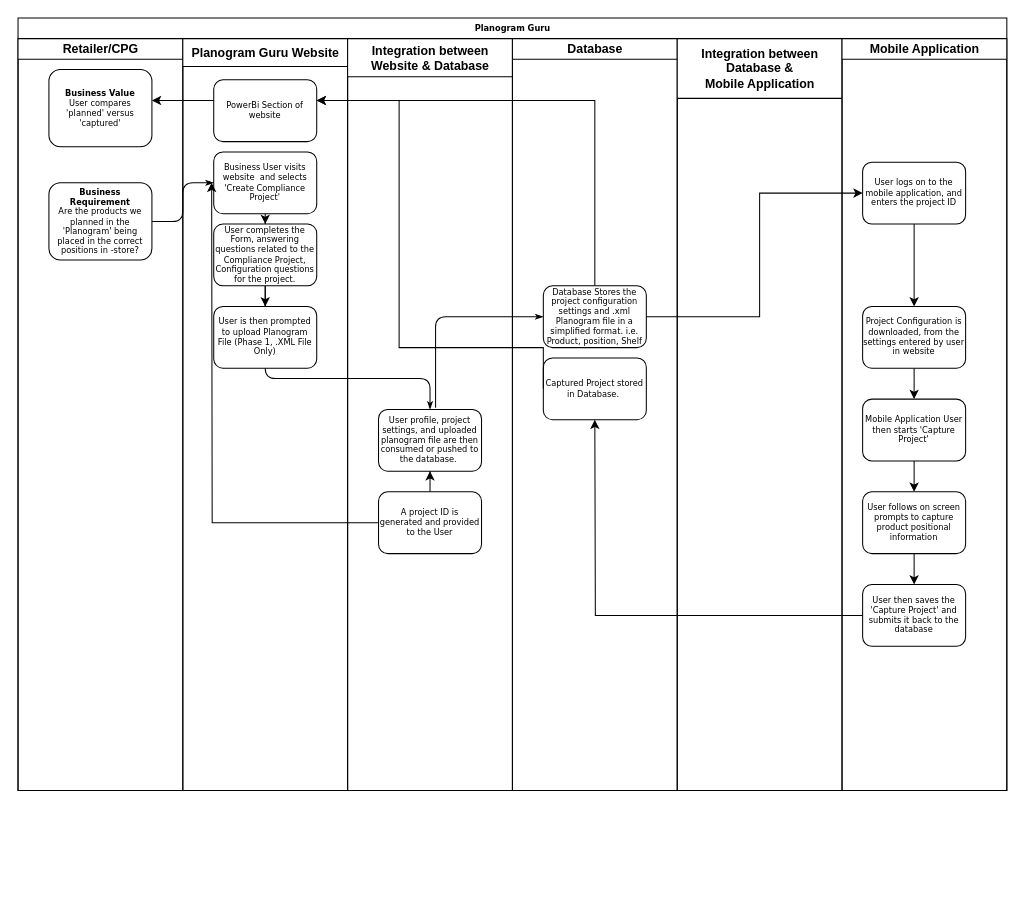
planogramguru/temporary keeps this draw.io diagram as Untitled Diagram.drawio. Above is the earlier version. Source tidied: cells renumbered, new cells numbered last; positions are measured from the earlier drawing's top-left corner, leaving out a move shared by most shapes. Both pictures are drawn from the tidied source at 103%, with x=0, y=0 at pixel (18, 18).
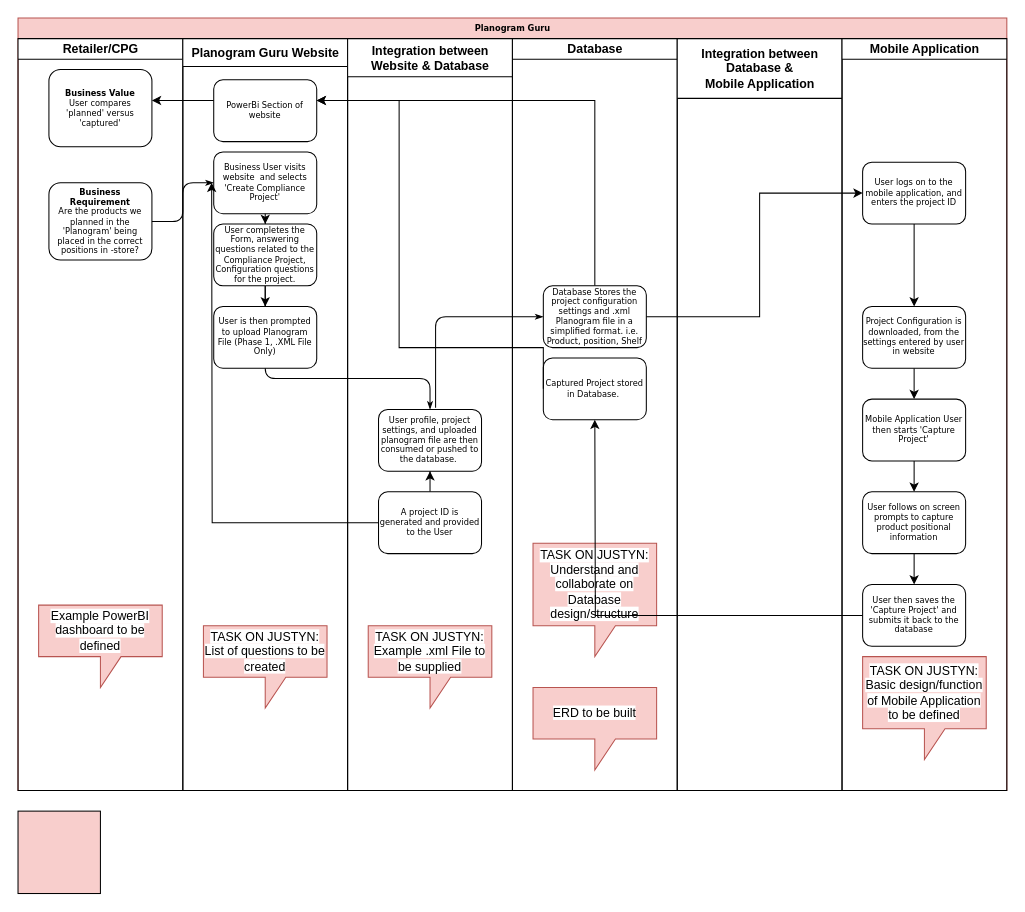
After the change.

The change refers to these unchanged cells:
```xml
<mxCell id="3" value="Retailer/CPG" style="swimlane;html=1;startSize=20;" parent="2" vertex="1">
  <mxGeometry y="20" width="160" height="730" as="geometry" />
</mxCell>
<mxCell id="9" value="Planogram Guru Website" style="swimlane;html=1;startSize=27;" parent="2" vertex="1">
  <mxGeometry x="160" y="20" width="160" height="730" as="geometry" />
</mxCell>
<mxCell id="16" value="Integration between &lt;br&gt;Website &amp;amp; Database" style="swimlane;html=1;startSize=37;" parent="2" vertex="1">
  <mxGeometry x="320" y="20" width="160" height="730" as="geometry" />
</mxCell>
<mxCell id="20" value="Database" style="swimlane;html=1;startSize=20;" parent="2" vertex="1">
  <mxGeometry x="480" y="20" width="160" height="730" as="geometry" />
</mxCell>
<mxCell id="25" value="Mobile Application" style="swimlane;html=1;startSize=20;" parent="2" vertex="1">
  <mxGeometry x="800" y="20" width="160" height="730" as="geometry" />
</mxCell>
```

Diff of the diagram source:
```diff
@@
-    <mxCell id="2" value="Planogram Guru" style="swimlane;html=1;startSize=20;rounded=0;shadow=0;labelBackgroundColor=none;strokeWidth=1;fontFamily=Verdana;fontSize=8;align=center;" parent="1" vertex="1">
+    <mxCell id="2" value="Planogram Guru" style="swimlane;html=1;startSize=20;rounded=0;shadow=0;labelBackgroundColor=none;strokeWidth=1;fontFamily=Verdana;fontSize=8;align=center;fillColor=#F8CECC;strokeColor=#b85450;" parent="1" vertex="1">
       <mxGeometry width="960" height="750" as="geometry" />
     </mxCell>
@@
+    <mxCell id="40" value="&lt;span style=&quot;background-color: rgb(255 , 255 , 255)&quot;&gt;Example PowerBI dashboard to be defined&lt;/span&gt;" style="shape=callout;whiteSpace=wrap;html=1;perimeter=calloutPerimeter;fillColor=#f8cecc;strokeColor=#b85450;" parent="3" vertex="1">
+      <mxGeometry x="20" y="550" width="120" height="80" as="geometry" />
+    </mxCell>
@@
+    <mxCell id="41" value="&lt;span style=&quot;background-color: rgb(255 , 255 , 255)&quot;&gt;TASK ON JUSTYN: List of questions to be created&lt;/span&gt;" style="shape=callout;whiteSpace=wrap;html=1;perimeter=calloutPerimeter;fillColor=#f8cecc;strokeColor=#b85450;" parent="9" vertex="1">
+      <mxGeometry x="20" y="570" width="120" height="80" as="geometry" />
+    </mxCell>
@@
+    <mxCell id="42" value="&lt;span style=&quot;background-color: rgb(255 , 255 , 255)&quot;&gt;TASK ON JUSTYN: Example .xml File to be supplied&lt;/span&gt;" style="shape=callout;whiteSpace=wrap;html=1;perimeter=calloutPerimeter;fillColor=#f8cecc;strokeColor=#b85450;" parent="16" vertex="1">
+      <mxGeometry x="20" y="570" width="120" height="80" as="geometry" />
+    </mxCell>
@@
+    <mxCell id="43" value="&lt;span style=&quot;background-color: rgb(255 , 255 , 255)&quot;&gt;TASK ON JUSTYN: Understand and collaborate on Database design/structure&lt;/span&gt;" style="shape=callout;whiteSpace=wrap;html=1;perimeter=calloutPerimeter;fillColor=#f8cecc;strokeColor=#b85450;" parent="20" vertex="1">
+      <mxGeometry x="20" y="490" width="120" height="110" as="geometry" />
+    </mxCell>
+    <mxCell id="44" value="&lt;span style=&quot;background-color: rgb(255 , 255 , 255)&quot;&gt;ERD to be built&lt;/span&gt;" style="shape=callout;whiteSpace=wrap;html=1;perimeter=calloutPerimeter;fillColor=#f8cecc;strokeColor=#b85450;" parent="20" vertex="1">
+      <mxGeometry x="20" y="630" width="120" height="80" as="geometry" />
+    </mxCell>
@@
+    <mxCell id="45" value="&lt;span style=&quot;background-color: rgb(255 , 255 , 255)&quot;&gt;TASK ON JUSTYN: Basic design/function of Mobile Application to be defined&lt;/span&gt;" style="shape=callout;whiteSpace=wrap;html=1;perimeter=calloutPerimeter;fillColor=#f8cecc;strokeColor=#b85450;" parent="25" vertex="1">
+      <mxGeometry x="20" y="600" width="120" height="100" as="geometry" />
+    </mxCell>
@@
+    <mxCell id="46" style="whiteSpace=wrap;html=1;fillColor=#F8CECC;" parent="1" vertex="1">
+      <mxGeometry y="770" width="80" height="80" as="geometry" />
+    </mxCell>
```
